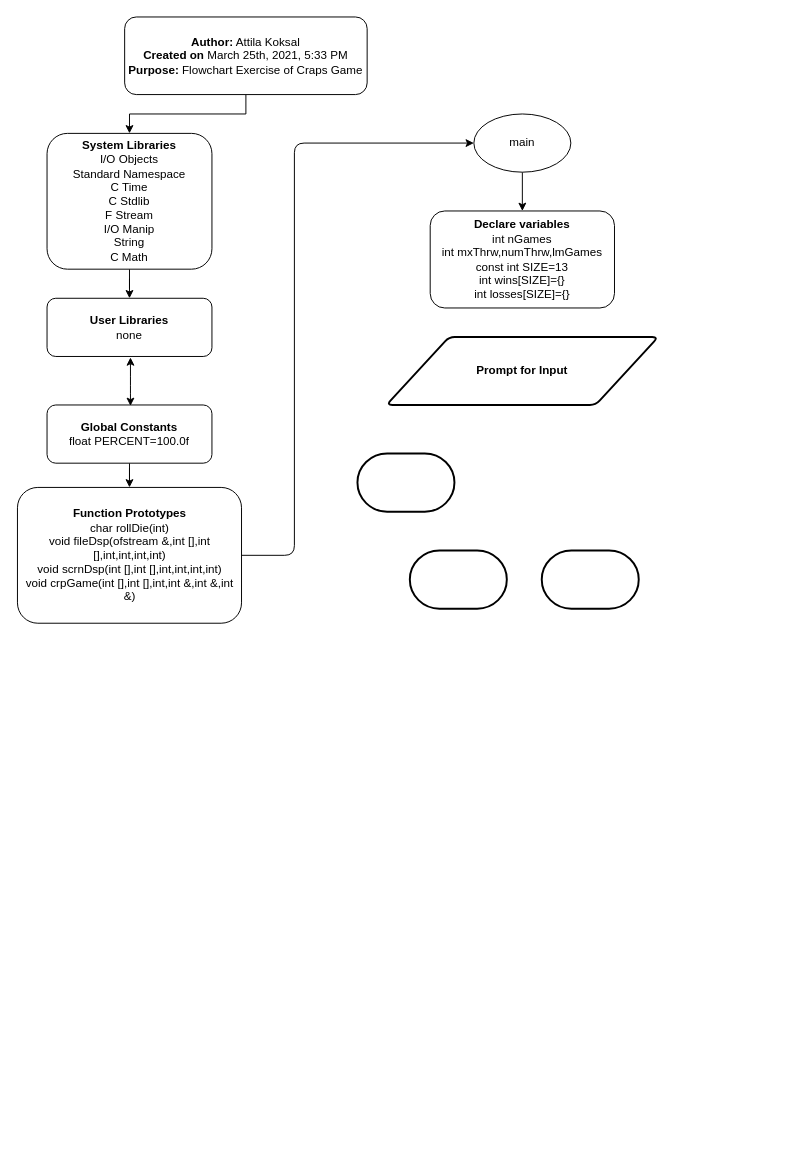
Before: Lab/CrapsFlowchart.drawio in ak2798094/KoksalAttila_CIS17A_43396, a draw.io diagram. Source tidied: cells renumbered, new cells numbered last; positions are measured from the earlier drawing's top-left corner, leaving out a move shared by most shapes. Both pictures are drawn from the tidied source at 97%, with x=0, y=0 at pixel (17, 16).
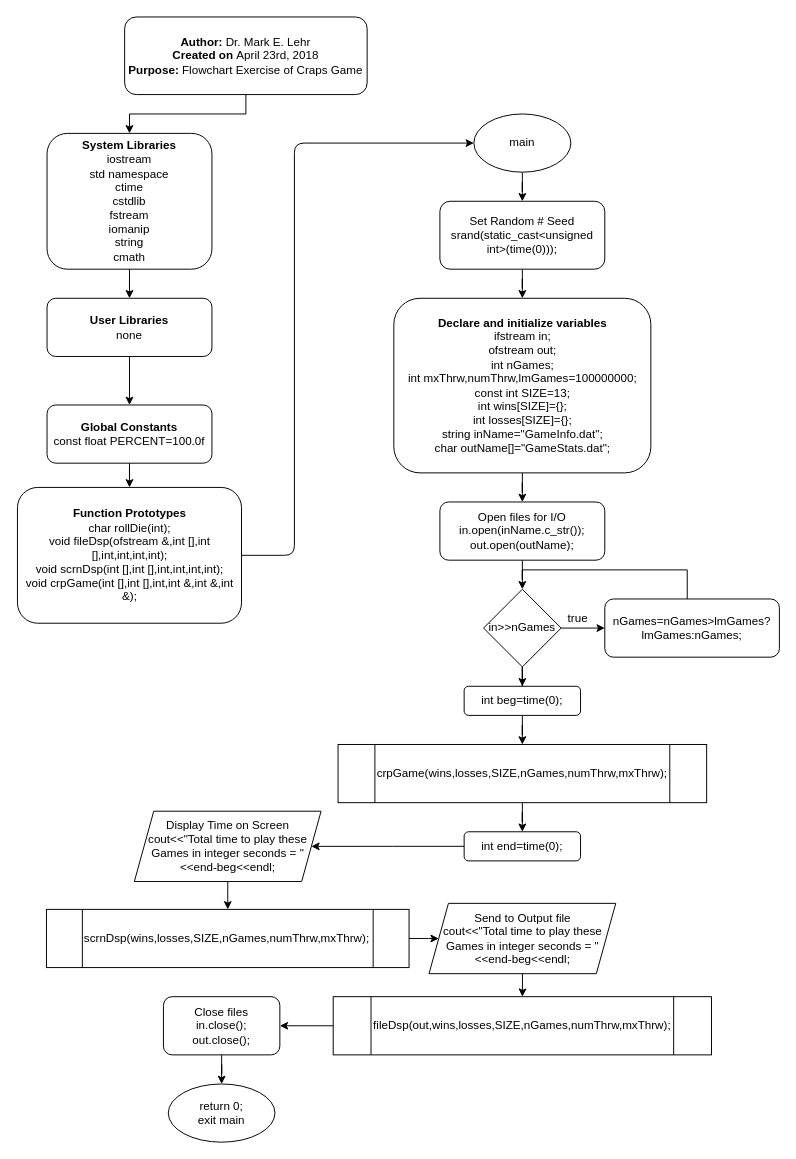
The same diagram, later.

Commit message:
Signed-off-by: ak2798094 <akoksal@student.rccd.edu>

The change refers to these unchanged cells:
```xml
<mxCell id="6" value="&lt;b&gt;User Libraries&lt;/b&gt;&lt;br&gt;none" style="rounded=1;whiteSpace=wrap;html=1;" parent="1" vertex="1">
  <mxGeometry x="30" y="290" width="170" height="60" as="geometry" />
</mxCell>
<mxCell id="12" value="main" style="ellipse;whiteSpace=wrap;html=1;" parent="1" vertex="1">
  <mxGeometry x="470" y="100" width="100" height="60" as="geometry" />
</mxCell>
```

What changed in the source:
```diff
@@
-    <mxCell id="3" value="&lt;b&gt;Author:&lt;/b&gt; Attila Koksal&lt;br&gt;&lt;b&gt;Created on&lt;/b&gt; March 25th, 2021, 5:33 PM&lt;br&gt;&lt;b&gt;Purpose:&lt;/b&gt; Flowchart Exercise of Craps Game" style="rounded=1;whiteSpace=wrap;html=1;" parent="1" vertex="1">
+    <mxCell id="3" value="&lt;b&gt;Author:&lt;/b&gt;&amp;nbsp;Dr. Mark E. Lehr&lt;br&gt;&lt;b&gt;Created on&lt;/b&gt;&amp;nbsp;April 23rd, 2018&lt;br&gt;&lt;b&gt;Purpose:&lt;/b&gt; Flowchart Exercise of Craps Game" style="rounded=1;whiteSpace=wrap;html=1;" parent="1" vertex="1">
       <mxGeometry x="110" width="250" height="80" as="geometry" />
     </mxCell>
@@
-    <mxCell id="5" value="&lt;b&gt;System Libraries&lt;/b&gt;&lt;br&gt;I/O Objects&lt;br&gt;Standard Namespace&lt;br&gt;C Time&lt;br&gt;C Stdlib&lt;br&gt;F Stream&lt;br&gt;I/O Manip&lt;br&gt;String&lt;br&gt;C Math" style="rounded=1;whiteSpace=wrap;html=1;" parent="1" vertex="1">
+    <mxCell id="5" value="&lt;b&gt;System Libraries&lt;/b&gt;&lt;br&gt;iostream&lt;br&gt;std namespace&lt;br&gt;ctime&lt;br&gt;cstdlib&lt;br&gt;fstream&lt;br&gt;iomanip&lt;br&gt;string&lt;br&gt;cmath" style="rounded=1;whiteSpace=wrap;html=1;" parent="1" vertex="1">
       <mxGeometry x="30" y="120" width="170" height="140" as="geometry" />
     </mxCell>
+    <mxCell id="19" style="edgeStyle=orthogonalEdgeStyle;rounded=0;jettySize=auto;html=1;" parent="1" edge="1" source="6" target="8">
+      <mxGeometry relative="1" as="geometry" />
+    </mxCell>
@@
-    <mxCell id="8" value="&lt;b&gt;Global Constants&lt;/b&gt;&lt;br&gt;float PERCENT=100.0f" style="rounded=1;whiteSpace=wrap;html=1;" parent="1" vertex="1">
+    <mxCell id="8" value="&lt;b&gt;Global Constants&lt;/b&gt;&lt;br&gt;const float PERCENT=100.0f" style="rounded=1;whiteSpace=wrap;html=1;" parent="1" vertex="1">
       <mxGeometry x="30" y="400" width="170" height="60" as="geometry" />
     </mxCell>
-    <mxCell id="9" style="endArrow=classic;startArrow=classic;html=1;" parent="1" edge="1">
-      <mxGeometry relative="1" as="geometry">
-        <mxPoint x="116" y="401" as="sourcePoint" />
-        <mxPoint x="116" y="351" as="targetPoint" />
-        <Array as="points">
-          <mxPoint x="116" y="381" />
-        </Array>
-      </mxGeometry>
-    </mxCell>
-    <mxCell id="10" value="&lt;b&gt;Function Prototypes&lt;/b&gt;&lt;br&gt;char rollDie(int)&lt;br&gt;void fileDsp(ofstream &amp;amp;,int [],int [],int,int,int,int)&lt;br&gt;void scrnDsp(int [],int [],int,int,int,int)&lt;br&gt;void crpGame(int [],int [],int,int &amp;amp;,int &amp;amp;,int &amp;amp;)" style="rounded=1;whiteSpace=wrap;html=1;" parent="1" vertex="1">
+    <mxCell id="10" value="&lt;b&gt;Function Prototypes&lt;/b&gt;&lt;br&gt;char rollDie(int);&lt;br&gt;void fileDsp(ofstream &amp;amp;,int [],int [],int,int,int,int);&lt;br&gt;void scrnDsp(int [],int [],int,int,int,int);&lt;br&gt;void crpGame(int [],int [],int,int &amp;amp;,int &amp;amp;,int &amp;amp;);" style="rounded=1;whiteSpace=wrap;html=1;" parent="1" vertex="1">
       <mxGeometry x="-0.5" y="485" width="231" height="140" as="geometry" />
     </mxCell>
-    <mxCell id="11" style="edgeStyle=orthogonalEdgeStyle;rounded=0;jettySize=auto;html=1;" parent="1" edge="1" source="12" target="14">
-      <mxGeometry relative="1" as="geometry" />
-    </mxCell>
+    <mxCell id="20" style="edgeStyle=orthogonalEdgeStyle;rounded=0;jettySize=auto;html=1;" parent="1" edge="1" source="12" target="23">
+      <mxGeometry relative="1" as="geometry" />
+    </mxCell>
@@
+    <mxCell id="21" style="edgeStyle=orthogonalEdgeStyle;rounded=0;jettySize=auto;html=1;" parent="1" edge="1" source="14" target="25">
+      <mxGeometry relative="1" as="geometry" />
+    </mxCell>
-    <mxCell id="14" value="&lt;b&gt;Declare variables&lt;br&gt;&lt;/b&gt;int nGames&lt;br&gt;int mxThrw,numThrw,lmGames&lt;br&gt;const int SIZE=13&lt;br&gt;int wins[SIZE]={}&lt;br&gt;int losses[SIZE]={}" style="rounded=1;whiteSpace=wrap;html=1;" parent="1" vertex="1">
-      <mxGeometry x="425" y="200" width="190" height="100" as="geometry" />
+    <mxCell id="14" value="&lt;b&gt;Declare and initialize variables&lt;br&gt;&lt;/b&gt;ifstream in;&lt;br&gt;ofstream out;&lt;br&gt;int nGames;&lt;br&gt;int mxThrw,numThrw,lmGames=100000000;&lt;br&gt;const int SIZE=13;&lt;br&gt;int wins[SIZE]={};&lt;br&gt;int losses[SIZE]={};&lt;br&gt;string inName=&quot;GameInfo.dat&quot;;&lt;br&gt;char outName[]=&quot;GameStats.dat&quot;;" style="rounded=1;whiteSpace=wrap;html=1;" parent="1" vertex="1">
+      <mxGeometry x="387.5" y="290" width="265" height="180" as="geometry" />
     </mxCell>
-    <mxCell id="15" value="&lt;b&gt;Prompt for Input&lt;/b&gt;&lt;br&gt;" style="shape=parallelogram;html=1;strokeWidth=2;perimeter=parallelogramPerimeter;whiteSpace=wrap;rounded=1;arcSize=12;size=0.23;" parent="1" vertex="1">
-      <mxGeometry x="380" y="330" width="280" height="70" as="geometry" />
-    </mxCell>
-    <mxCell id="16" style="strokeWidth=2;html=1;shape=mxgraph.flowchart.terminator;whiteSpace=wrap;" parent="1" vertex="1">
-      <mxGeometry x="350" y="450" width="100" height="60" as="geometry" />
-    </mxCell>
-    <mxCell id="17" style="strokeWidth=2;html=1;shape=mxgraph.flowchart.terminator;whiteSpace=wrap;" parent="1" vertex="1">
-      <mxGeometry x="404" y="550" width="100" height="60" as="geometry" />
-    </mxCell>
-    <mxCell id="18" style="strokeWidth=2;html=1;shape=mxgraph.flowchart.terminator;whiteSpace=wrap;" parent="1" vertex="1">
-      <mxGeometry x="540" y="550" width="100" height="60" as="geometry" />
-    </mxCell>
+    <mxCell id="22" style="edgeStyle=orthogonalEdgeStyle;rounded=0;jettySize=auto;html=1;" parent="1" edge="1" source="23" target="14">
+      <mxGeometry relative="1" as="geometry" />
+    </mxCell>
+    <mxCell id="23" value="Set Random # Seed&lt;br&gt;srand(static_cast&amp;lt;unsigned int&amp;gt;(time(0)));" style="rounded=1;whiteSpace=wrap;html=1;" parent="1" vertex="1">
+      <mxGeometry x="435" y="190" width="170" height="70" as="geometry" />
+    </mxCell>
+    <mxCell id="24" style="edgeStyle=orthogonalEdgeStyle;rounded=0;jettySize=auto;html=1;entryX=0.5;entryY=0;entryDx=0;entryDy=0;" parent="1" edge="1" source="25" target="28">
+      <mxGeometry relative="1" as="geometry" />
+    </mxCell>
+    <mxCell id="25" value="Open files for I/O&lt;br&gt;in.open(inName.c_str());&lt;br&gt;out.open(outName);" style="rounded=1;whiteSpace=wrap;html=1;" parent="1" vertex="1">
+      <mxGeometry x="435" y="500" width="170" height="60" as="geometry" />
+    </mxCell>
+    <mxCell id="26" style="edgeStyle=orthogonalEdgeStyle;rounded=0;jettySize=auto;html=1;" parent="1" edge="1" source="28" target="29">
+      <mxGeometry relative="1" as="geometry" />
+    </mxCell>
+    <mxCell id="27" style="edgeStyle=orthogonalEdgeStyle;rounded=0;jettySize=auto;html=1;" parent="1" edge="1" source="28" target="34">
+      <mxGeometry relative="1" as="geometry" />
+    </mxCell>
+    <mxCell id="28" value="in&amp;gt;&amp;gt;nGames" style="rhombus;whiteSpace=wrap;html=1;" parent="1" vertex="1">
+      <mxGeometry x="480" y="590" width="80" height="80" as="geometry" />
+    </mxCell>
+    <mxCell id="29" value="nGames=nGames&amp;gt;lmGames?lmGames:nGames;" style="rounded=1;whiteSpace=wrap;html=1;" parent="1" vertex="1">
+      <mxGeometry x="605" y="600" width="180" height="60" as="geometry" />
+    </mxCell>
+    <mxCell id="30" value="true" style="text;html=1;align=center;verticalAlign=middle;" parent="1" vertex="1">
+      <mxGeometry x="557" y="610" width="40" height="20" as="geometry" />
+    </mxCell>
+    <mxCell id="31" style="endArrow=none;html=1;" parent="1" edge="1">
+      <mxGeometry relative="1" as="geometry">
+        <mxPoint x="690" y="600" as="sourcePoint" />
+        <mxPoint x="690" y="570" as="targetPoint" />
+      </mxGeometry>
+    </mxCell>
+    <mxCell id="32" style="endArrow=none;html=1;" parent="1" edge="1">
+      <mxGeometry relative="1" as="geometry">
+        <mxPoint x="520" y="570" as="sourcePoint" />
+        <mxPoint x="690" y="570" as="targetPoint" />
+      </mxGeometry>
+    </mxCell>
+    <mxCell id="33" style="edgeStyle=orthogonalEdgeStyle;rounded=0;jettySize=auto;html=1;" parent="1" edge="1" source="34" target="36">
+      <mxGeometry relative="1" as="geometry" />
+    </mxCell>
+    <mxCell id="34" value="int beg=time(0);" style="rounded=1;whiteSpace=wrap;html=1;" parent="1" vertex="1">
+      <mxGeometry x="460" y="690" width="120" height="30" as="geometry" />
+    </mxCell>
+    <mxCell id="35" style="edgeStyle=orthogonalEdgeStyle;rounded=0;jettySize=auto;html=1;" parent="1" edge="1" source="36" target="38">
+      <mxGeometry relative="1" as="geometry" />
+    </mxCell>
+    <mxCell id="36" value="crpGame(wins,losses,SIZE,nGames,numThrw,mxThrw);" style="shape=process;whiteSpace=wrap;html=1;backgroundOutline=1;" parent="1" vertex="1">
+      <mxGeometry x="330" y="750" width="380" height="60" as="geometry" />
+    </mxCell>
+    <mxCell id="37" style="edgeStyle=orthogonalEdgeStyle;rounded=0;jettySize=auto;html=1;entryX=1;entryY=0.5;entryDx=0;entryDy=0;" parent="1" edge="1" source="38" target="40">
+      <mxGeometry relative="1" as="geometry" />
+    </mxCell>
+    <mxCell id="38" value="int end=time(0);" style="rounded=1;whiteSpace=wrap;html=1;" parent="1" vertex="1">
+      <mxGeometry x="460" y="840" width="120" height="30" as="geometry" />
+    </mxCell>
+    <mxCell id="39" style="edgeStyle=orthogonalEdgeStyle;rounded=0;jettySize=auto;html=1;" parent="1" edge="1" source="40" target="42">
+      <mxGeometry relative="1" as="geometry" />
+    </mxCell>
+    <mxCell id="40" value="Display Time on Screen&lt;br&gt;cout&amp;lt;&amp;lt;&quot;Total time to play these Games in integer seconds = &quot;&amp;lt;&amp;lt;end-beg&amp;lt;&amp;lt;endl;" style="shape=parallelogram;perimeter=parallelogramPerimeter;whiteSpace=wrap;html=1;fixedSize=1;" parent="1" vertex="1">
+      <mxGeometry x="120" y="818.8" width="192.5" height="72.5" as="geometry" />
+    </mxCell>
+    <mxCell id="41" style="edgeStyle=orthogonalEdgeStyle;rounded=0;jettySize=auto;html=1;" parent="1" edge="1" source="42" target="44">
+      <mxGeometry relative="1" as="geometry" />
+    </mxCell>
+    <mxCell id="42" value="scrnDsp(wins,losses,SIZE,nGames,numThrw,mxThrw);" style="shape=process;whiteSpace=wrap;html=1;backgroundOutline=1;" parent="1" vertex="1">
+      <mxGeometry x="29.4" y="920" width="373.8" height="60" as="geometry" />
+    </mxCell>
+    <mxCell id="43" style="edgeStyle=orthogonalEdgeStyle;rounded=0;jettySize=auto;html=1;" parent="1" edge="1" source="44" target="46">
+      <mxGeometry relative="1" as="geometry" />
+    </mxCell>
+    <mxCell id="44" value="Send to Output file&lt;br&gt;cout&amp;lt;&amp;lt;&quot;Total time to play these Games in integer seconds = &quot;&amp;lt;&amp;lt;end-beg&amp;lt;&amp;lt;endl;" style="shape=parallelogram;perimeter=parallelogramPerimeter;whiteSpace=wrap;html=1;fixedSize=1;" parent="1" vertex="1">
+      <mxGeometry x="423.8" y="913.8" width="192.5" height="72.5" as="geometry" />
+    </mxCell>
+    <mxCell id="45" style="edgeStyle=orthogonalEdgeStyle;rounded=0;jettySize=auto;html=1;" parent="1" edge="1" source="46" target="48">
+      <mxGeometry relative="1" as="geometry" />
+    </mxCell>
+    <mxCell id="46" value="fileDsp(out,wins,losses,SIZE,nGames,numThrw,mxThrw);" style="shape=process;whiteSpace=wrap;html=1;backgroundOutline=1;" parent="1" vertex="1">
+      <mxGeometry x="325" y="1010" width="390" height="60" as="geometry" />
+    </mxCell>
+    <mxCell id="47" style="edgeStyle=orthogonalEdgeStyle;rounded=0;jettySize=auto;html=1;" parent="1" edge="1" source="48" target="49">
+      <mxGeometry relative="1" as="geometry" />
+    </mxCell>
+    <mxCell id="48" value="Close files&lt;br&gt;in.close();&lt;br&gt;out.close();" style="rounded=1;whiteSpace=wrap;html=1;" parent="1" vertex="1">
+      <mxGeometry x="150" y="1010" width="120" height="60" as="geometry" />
+    </mxCell>
+    <mxCell id="49" value="return 0;&lt;br&gt;exit main" style="ellipse;whiteSpace=wrap;html=1;" parent="1" vertex="1">
+      <mxGeometry x="155" y="1100" width="110" height="60" as="geometry" />
+    </mxCell>
```
